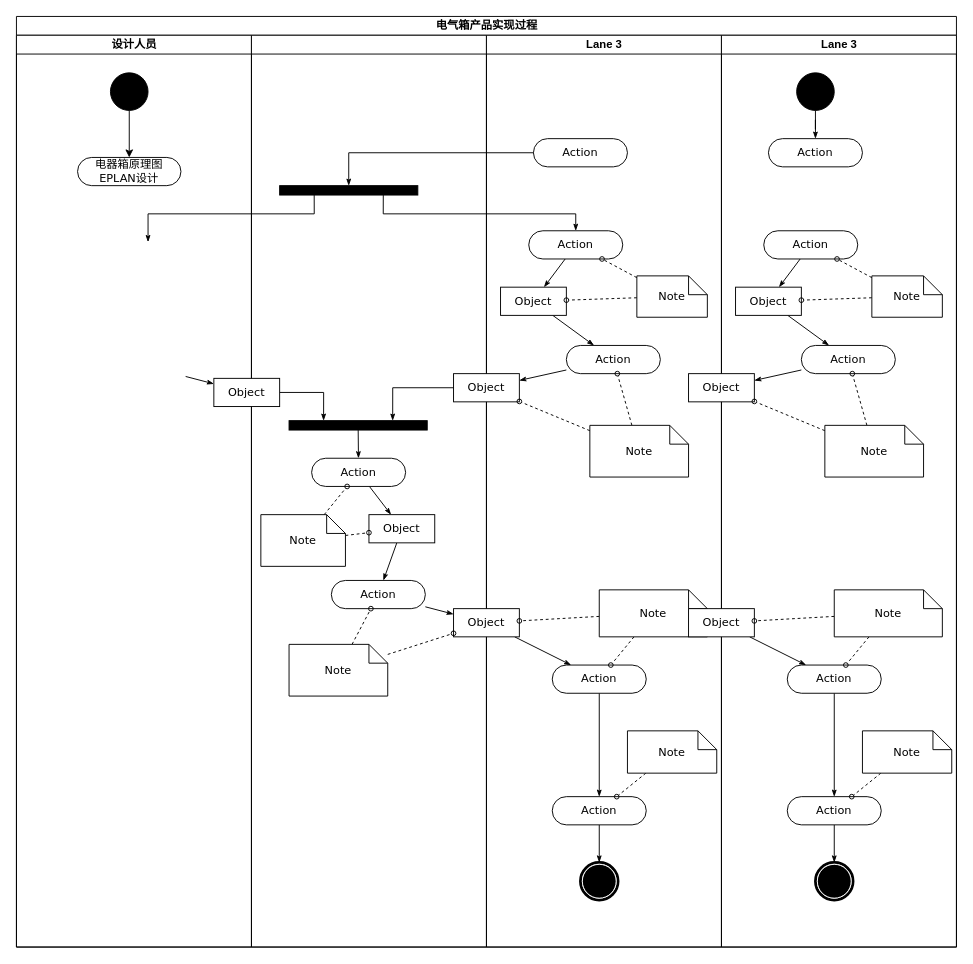
The draw.io diagram 未命名绘图.drawio in csroderek/drawio, before the edit. Source tidied: cells renumbered, new cells numbered last; positions are measured from the earlier drawing's top-left corner, leaving out a move shared by most shapes. Both pictures are drawn from the tidied source at 94%, with x=0, y=0 at pixel (16, 16).
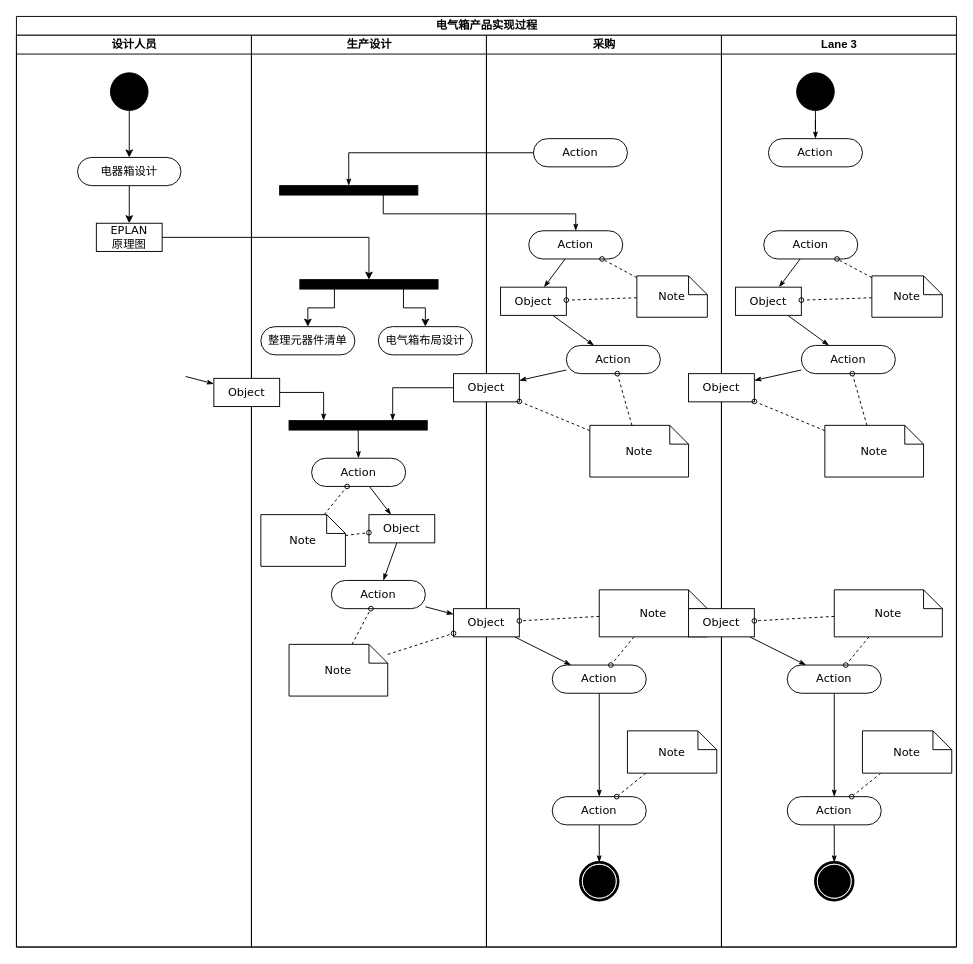
The same page after the edit.

Commit message:
更新未命名绘图.drawio

The change refers to these unchanged cells:
```xml
<mxCell id="2" value="电气箱产品实现过程" style="swimlane;html=1;startSize=20;rounded=0;shadow=0;comic=0;labelBackgroundColor=none;strokeWidth=1;fontFamily=Verdana;fontSize=12;align=center;" parent="1" vertex="1">
  <mxGeometry width="1000" height="990" as="geometry" />
</mxCell>
<mxCell id="3" value="设计人员" style="swimlane;html=1;startSize=20;" parent="2" vertex="1">
  <mxGeometry y="20" width="250" height="970" as="geometry" />
</mxCell>
<mxCell id="8" style="whiteSpace=wrap;html=1;rounded=0;shadow=0;comic=0;labelBackgroundColor=none;strokeWidth=1;fillColor=#000000;fontFamily=Verdana;fontSize=12;align=center;rotation=0;" parent="7" vertex="1">
  <mxGeometry x="30" y="160" width="147" height="10" as="geometry" />
</mxCell>
```

The edit, as a diff of the source:
```diff
@@
+    <mxCell id="86" style="edgeStyle=orthogonalEdgeStyle;rounded=0;jettySize=auto;html=1;exitX=0.5;exitY=1;exitDx=0;exitDy=0;entryX=0.5;entryY=0;entryDx=0;entryDy=0;" parent="3" edge="1" source="6" target="87">
+      <mxGeometry relative="1" as="geometry" />
+    </mxCell>
-    <mxCell id="6" value="电器箱原理图&lt;br&gt;EPLAN设计" style="rounded=1;whiteSpace=wrap;html=1;shadow=0;comic=0;labelBackgroundColor=none;strokeWidth=1;fontFamily=Verdana;fontSize=12;align=center;arcSize=50;" parent="3" vertex="1">
+    <mxCell id="6" value="电器箱设计" style="rounded=1;whiteSpace=wrap;html=1;shadow=0;comic=0;labelBackgroundColor=none;strokeWidth=1;fontFamily=Verdana;fontSize=12;align=center;arcSize=50;" parent="3" vertex="1">
       <mxGeometry x="65" y="130" width="110" height="30" as="geometry" />
     </mxCell>
+    <mxCell id="87" value="EPLAN&lt;br&gt;原理图" style="rounded=0;whiteSpace=wrap;html=1;shadow=0;comic=0;labelBackgroundColor=none;strokeWidth=1;fontFamily=Verdana;fontSize=12;align=center;arcSize=50;" parent="3" vertex="1">
+      <mxGeometry x="85" y="200" width="70" height="30" as="geometry" />
+    </mxCell>
-    <mxCell id="7" style="swimlane;html=1;startSize=20;" parent="2" vertex="1">
+    <mxCell id="7" value="生产设计" style="swimlane;html=1;startSize=20;" parent="2" vertex="1">
       <mxGeometry x="250" y="20" width="250" height="970" as="geometry" />
     </mxCell>
@@
+    <mxCell id="88" style="edgeStyle=orthogonalEdgeStyle;rounded=0;jettySize=auto;html=1;exitX=0.25;exitY=1;exitDx=0;exitDy=0;entryX=0.5;entryY=0;entryDx=0;entryDy=0;" parent="7" edge="1" source="90" target="91">
+      <mxGeometry relative="1" as="geometry" />
+    </mxCell>
+    <mxCell id="89" style="edgeStyle=orthogonalEdgeStyle;rounded=0;jettySize=auto;html=1;exitX=0.75;exitY=1;exitDx=0;exitDy=0;" parent="7" edge="1" source="90" target="92">
+      <mxGeometry relative="1" as="geometry" />
+    </mxCell>
+    <mxCell id="90" style="whiteSpace=wrap;html=1;rounded=0;shadow=0;comic=0;labelBackgroundColor=none;strokeWidth=1;fillColor=#000000;fontFamily=Verdana;fontSize=12;align=center;rotation=0;" parent="7" vertex="1">
+      <mxGeometry x="51.5" y="260" width="147" height="10" as="geometry" />
+    </mxCell>
+    <mxCell id="91" value="整理元器件清单" style="rounded=1;whiteSpace=wrap;html=1;shadow=0;comic=0;labelBackgroundColor=none;strokeWidth=1;fontFamily=Verdana;fontSize=12;align=center;arcSize=50;" parent="7" vertex="1">
+      <mxGeometry x="10" y="310" width="100" height="30" as="geometry" />
+    </mxCell>
+    <mxCell id="92" value="电气箱布局设计" style="rounded=1;whiteSpace=wrap;html=1;shadow=0;comic=0;labelBackgroundColor=none;strokeWidth=1;fontFamily=Verdana;fontSize=12;align=center;arcSize=50;" parent="7" vertex="1">
+      <mxGeometry x="135" y="310" width="100" height="30" as="geometry" />
+    </mxCell>
-    <mxCell id="23" value="Lane 3" style="swimlane;html=1;startSize=20;" parent="2" vertex="1">
+    <mxCell id="23" value="采购" style="swimlane;html=1;startSize=20;" parent="2" vertex="1">
       <mxGeometry x="500" y="20" width="250" height="970" as="geometry" />
     </mxCell>
@@
-    <mxCell id="81" style="edgeStyle=orthogonalEdgeStyle;rounded=0;html=1;exitX=0.25;exitY=1;entryX=0.5;entryY=0;labelBackgroundColor=none;startArrow=none;startFill=0;startSize=5;endArrow=classicThin;endFill=1;endSize=5;jettySize=auto;strokeWidth=1;fontFamily=Verdana;fontSize=12;" parent="2" edge="1" source="8">
-      <mxGeometry relative="1" as="geometry">
-        <mxPoint x="140" y="240" as="targetPoint" />
-        <Array as="points">
-          <mxPoint x="317" y="210" />
-          <mxPoint x="140" y="210" />
-        </Array>
-      </mxGeometry>
-    </mxCell>
@@
+    <mxCell id="93" style="edgeStyle=orthogonalEdgeStyle;rounded=0;jettySize=auto;html=1;exitX=1;exitY=0.5;exitDx=0;exitDy=0;" parent="2" edge="1" source="87" target="90">
+      <mxGeometry relative="1" as="geometry" />
+    </mxCell>
```
